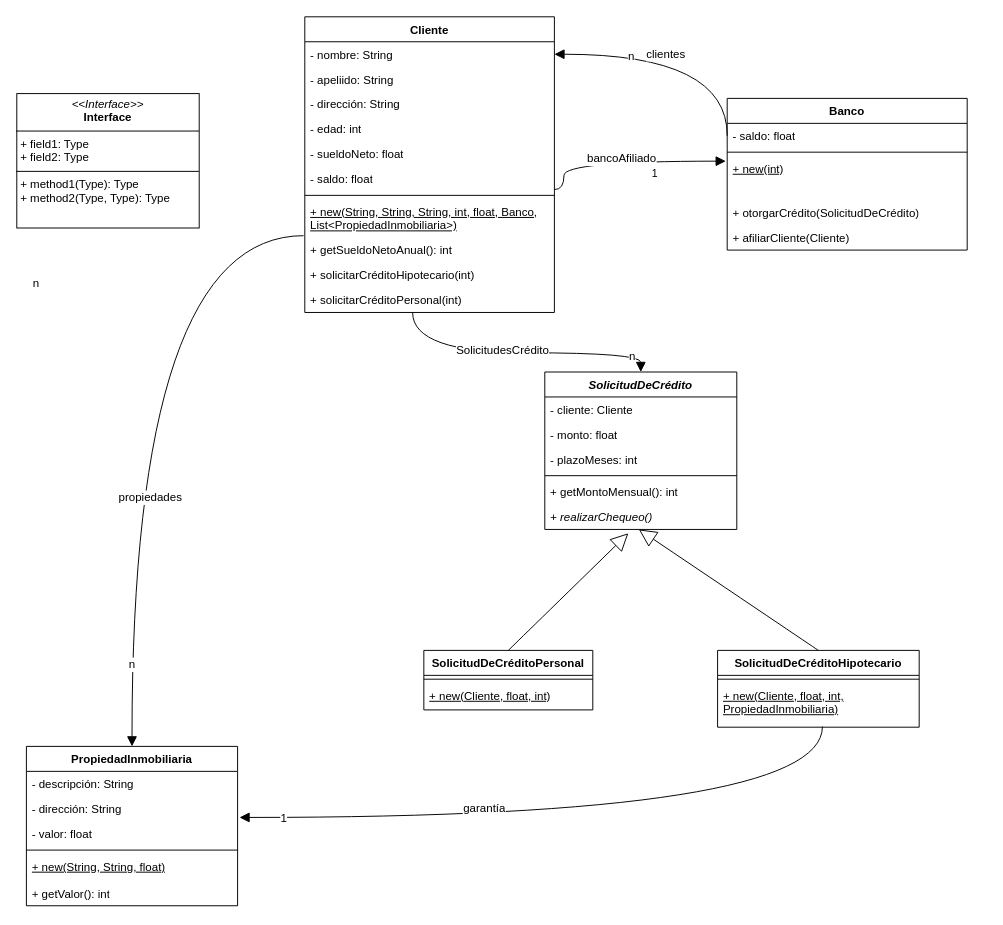
Earlier version of the draw.io diagram src/tpsolid/tpsolid2.drawio (Matias-Francisco-Deo/Objetos-II). Source tidied: cells renumbered, new cells numbered last; positions are measured from the earlier drawing's top-left corner, leaving out a move shared by most shapes. Both pictures are drawn from the tidied source at 96%, with x=0, y=0 at pixel (16, 16).
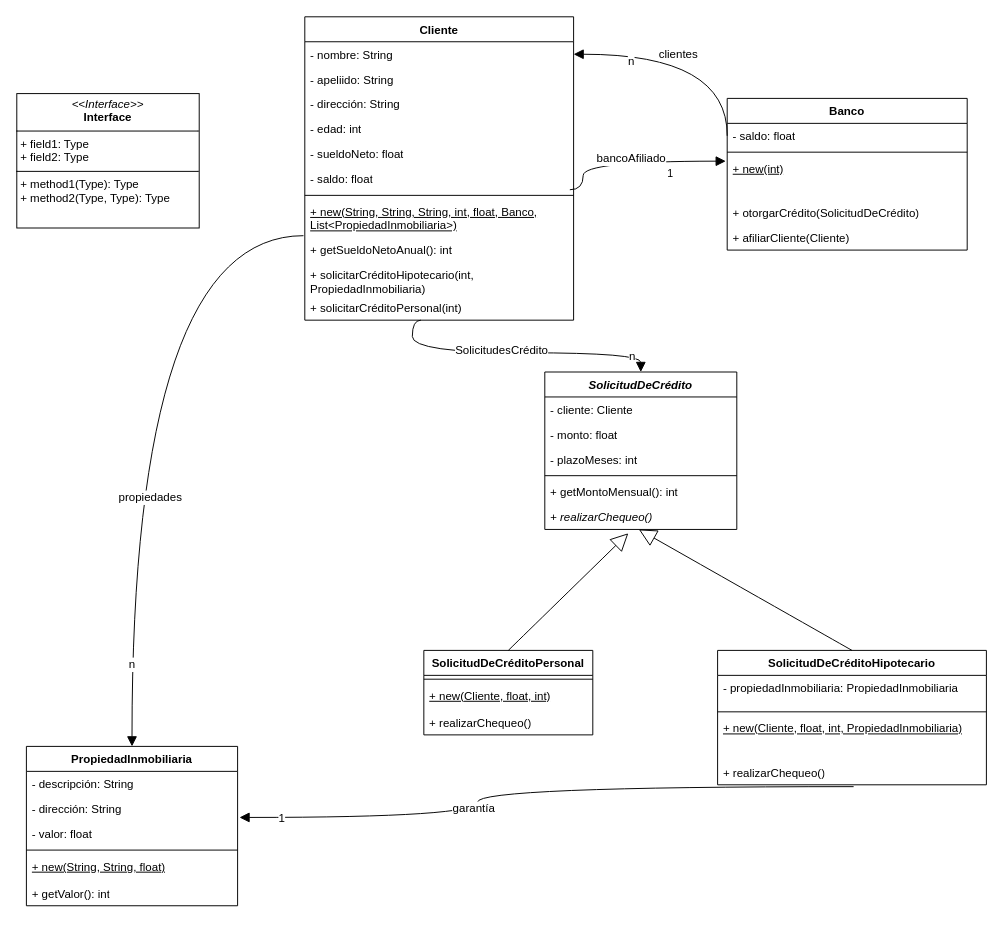
Above is the later version.

The change refers to these unchanged cells:
```xml
<mxCell id="17" value="+ new(int)" style="text;strokeColor=none;fillColor=none;align=left;verticalAlign=top;spacingLeft=4;spacingRight=4;overflow=hidden;points=[[0,0.5],[1,0.5]];portConstraint=eastwest;whiteSpace=wrap;html=1;fontStyle=4;" parent="14" vertex="1">
  <mxGeometry y="60" width="250" height="46" as="geometry" />
</mxCell>
<mxCell id="34" style="endArrow=block;endFill=1;html=1;edgeStyle=orthogonalEdgeStyle;align=left;verticalAlign=top;rounded=0;fontSize=12;startSize=8;endSize=8;curved=1;entryX=0.5;entryY=0;entryDx=0;entryDy=0;exitX=0.432;exitY=1;exitDx=0;exitDy=0;exitPerimeter=0;" parent="1" edge="1" source="13" target="20">
  <mxGeometry x="-1" relative="1" as="geometry">
    <Array as="points">
      <mxPoint x="412" y="350" />
      <mxPoint x="650" y="350" />
    </Array>
  </mxGeometry>
</mxCell>
<mxCell id="48" value="- valor: float" style="text;strokeColor=none;fillColor=none;align=left;verticalAlign=top;spacingLeft=4;spacingRight=4;overflow=hidden;points=[[0,0.5],[1,0.5]];portConstraint=eastwest;whiteSpace=wrap;html=1;" parent="45" vertex="1">
  <mxGeometry y="78" width="220" height="26" as="geometry" />
</mxCell>
<mxCell id="52" style="endArrow=block;endFill=1;html=1;edgeStyle=orthogonalEdgeStyle;align=left;verticalAlign=top;rounded=0;fontSize=12;startSize=8;endSize=8;curved=1;entryX=0.5;entryY=0;entryDx=0;entryDy=0;exitX=-0.005;exitY=-0.077;exitDx=0;exitDy=0;exitPerimeter=0;" parent="1" edge="1" source="11" target="45">
  <mxGeometry x="-1" relative="1" as="geometry" />
</mxCell>
```

What changed in the source:
```diff
@@
     <mxCell id="2" value="Cliente" style="swimlane;fontStyle=1;align=center;verticalAlign=top;horizontal=1;startSize=26;whiteSpace=wrap;html=1;" parent="1" vertex="1">
-      <mxGeometry x="300" width="260" height="308" as="geometry" />
+      <mxGeometry x="300" width="280" height="316" as="geometry" />
     </mxCell>
     <mxCell id="3" value="- nombre: String" style="text;strokeColor=none;fillColor=none;align=left;verticalAlign=top;spacingLeft=4;spacingRight=4;overflow=hidden;points=[[0,0.5],[1,0.5]];portConstraint=eastwest;whiteSpace=wrap;html=1;" parent="2" vertex="1">
-      <mxGeometry y="26" width="260" height="26" as="geometry" />
+      <mxGeometry y="26" width="280" height="26" as="geometry" />
     </mxCell>
     <mxCell id="4" value="- apeliido: String" style="text;strokeColor=none;fillColor=none;align=left;verticalAlign=top;spacingLeft=4;spacingRight=4;overflow=hidden;whiteSpace=wrap;html=1;" parent="2" vertex="1">
-      <mxGeometry y="52" width="260" height="26" as="geometry" />
+      <mxGeometry y="52" width="280" height="26" as="geometry" />
     </mxCell>
     <mxCell id="5" value="- dirección: String" style="text;strokeColor=none;fillColor=none;align=left;verticalAlign=top;spacingLeft=4;spacingRight=4;overflow=hidden;whiteSpace=wrap;html=1;" parent="2" vertex="1">
-      <mxGeometry y="78" width="260" height="26" as="geometry" />
+      <mxGeometry y="78" width="280" height="26" as="geometry" />
     </mxCell>
     <mxCell id="6" value="- edad: int" style="text;strokeColor=none;fillColor=none;align=left;verticalAlign=top;spacingLeft=4;spacingRight=4;overflow=hidden;whiteSpace=wrap;html=1;" parent="2" vertex="1">
-      <mxGeometry y="104" width="260" height="26" as="geometry" />
+      <mxGeometry y="104" width="280" height="26" as="geometry" />
     </mxCell>
     <mxCell id="7" value="- sueldoNeto: float" style="text;strokeColor=none;fillColor=none;align=left;verticalAlign=top;spacingLeft=4;spacingRight=4;overflow=hidden;whiteSpace=wrap;html=1;" parent="2" vertex="1">
-      <mxGeometry y="130" width="260" height="26" as="geometry" />
+      <mxGeometry y="130" width="280" height="26" as="geometry" />
     </mxCell>
     <mxCell id="8" value="- saldo: float" style="text;strokeColor=none;fillColor=none;align=left;verticalAlign=top;spacingLeft=4;spacingRight=4;overflow=hidden;points=[[0,0.5],[1,0.5]];portConstraint=eastwest;whiteSpace=wrap;html=1;" parent="2" vertex="1">
-      <mxGeometry y="156" width="260" height="26" as="geometry" />
+      <mxGeometry y="156" width="280" height="26" as="geometry" />
     </mxCell>
-    <mxCell id="9" style="line;strokeWidth=1;fillColor=none;align=left;verticalAlign=middle;spacingTop=-1;spacingLeft=3;spacingRight=3;labelPosition=right;strokeColor=inherit;" parent="2" vertex="1">
-      <mxGeometry y="182" width="260" height="8" as="geometry" />
-    </mxCell>
+    <mxCell id="59" style="line;strokeWidth=1;fillColor=none;align=left;verticalAlign=middle;spacingTop=-1;spacingLeft=3;spacingRight=3;labelPosition=right;strokeColor=inherit;" parent="2" vertex="1">
+      <mxGeometry y="182" width="280" height="8" as="geometry" />
+    </mxCell>
     <mxCell id="10" value="+ new(String, String, String, int, float, Banco, List&amp;lt;PropiedadInmobiliaria&amp;gt;)" style="text;strokeColor=none;fillColor=none;align=left;verticalAlign=top;spacingLeft=4;spacingRight=4;overflow=hidden;whiteSpace=wrap;html=1;fontStyle=4;" parent="2" vertex="1">
-      <mxGeometry y="190" width="260" height="40" as="geometry" />
+      <mxGeometry y="190" width="280" height="40" as="geometry" />
     </mxCell>
     <mxCell id="11" value="+ getSueldoNetoAnual(): int" style="text;strokeColor=none;fillColor=none;align=left;verticalAlign=top;spacingLeft=4;spacingRight=4;overflow=hidden;points=[[0,0.5],[1,0.5]];portConstraint=eastwest;whiteSpace=wrap;html=1;" parent="2" vertex="1">
-      <mxGeometry y="230" width="260" height="26" as="geometry" />
+      <mxGeometry y="230" width="280" height="26" as="geometry" />
     </mxCell>
-    <mxCell id="12" value="+ solicitarCréditoHipotecario(int)" style="text;strokeColor=none;fillColor=none;align=left;verticalAlign=top;spacingLeft=4;spacingRight=4;overflow=hidden;whiteSpace=wrap;html=1;" parent="2" vertex="1">
-      <mxGeometry y="256" width="260" height="26" as="geometry" />
-    </mxCell>
+    <mxCell id="60" value="+ solicitarCréditoHipotecario(int, PropiedadInmobiliaria)" style="text;strokeColor=none;fillColor=none;align=left;verticalAlign=top;spacingLeft=4;spacingRight=4;overflow=hidden;whiteSpace=wrap;html=1;" parent="2" vertex="1">
+      <mxGeometry y="256" width="280" height="34" as="geometry" />
+    </mxCell>
     <mxCell id="13" value="+ solicitarCréditoPersonal(int)" style="text;strokeColor=none;fillColor=none;align=left;verticalAlign=top;spacingLeft=4;spacingRight=4;overflow=hidden;points=[[0,0.5],[1,0.5]];portConstraint=eastwest;whiteSpace=wrap;html=1;" parent="2" vertex="1">
-      <mxGeometry y="282" width="260" height="26" as="geometry" />
+      <mxGeometry y="290" width="280" height="26" as="geometry" />
     </mxCell>
@@
-    <mxCell id="28" style="endArrow=block;endFill=1;html=1;edgeStyle=orthogonalEdgeStyle;align=left;verticalAlign=top;rounded=0;fontSize=12;startSize=8;endSize=8;curved=1;entryX=1;entryY=0.5;entryDx=0;entryDy=0;" parent="1" edge="1" target="3">
-      <mxGeometry x="-1" relative="1" as="geometry">
-        <mxPoint x="740" y="124" as="sourcePoint" />
-      </mxGeometry>
-    </mxCell>
-    <mxCell id="29" value="n" style="edgeLabel;html=1;align=center;verticalAlign=middle;fontSize=12;" parent="28" vertex="1">
-      <mxGeometry x="-0.36" relative="1" as="geometry">
-        <mxPoint x="-101" y="1" as="offset" />
-      </mxGeometry>
-    </mxCell>
+    <mxCell id="61" style="endArrow=block;endFill=1;html=1;edgeStyle=orthogonalEdgeStyle;align=left;verticalAlign=top;rounded=0;fontSize=12;startSize=8;endSize=8;curved=1;entryX=1;entryY=0.5;entryDx=0;entryDy=0;" parent="1" edge="1" target="3">
+      <mxGeometry x="-1" relative="1" as="geometry">
+        <mxPoint x="740" y="124" as="sourcePoint" />
+      </mxGeometry>
+    </mxCell>
+    <mxCell id="62" value="n" style="edgeLabel;html=1;align=center;verticalAlign=middle;fontSize=12;" parent="61" vertex="1">
+      <mxGeometry x="-0.36" relative="1" as="geometry">
+        <mxPoint x="-101" y="1" as="offset" />
+      </mxGeometry>
+    </mxCell>
-    <mxCell id="30" value="clientes" style="edgeLabel;html=1;align=center;verticalAlign=middle;fontSize=12;" parent="28" vertex="1">
+    <mxCell id="30" value="clientes" style="edgeLabel;html=1;align=center;verticalAlign=middle;fontSize=12;" parent="61" vertex="1">
       <mxGeometry x="0.27" y="-1" relative="1" as="geometry">
         <mxPoint x="19" as="offset" />
       </mxGeometry>
     </mxCell>
-    <mxCell id="31" style="endArrow=block;endFill=1;html=1;edgeStyle=orthogonalEdgeStyle;align=left;verticalAlign=top;rounded=0;fontSize=12;startSize=8;endSize=8;curved=1;entryX=-0.006;entryY=0.117;entryDx=0;entryDy=0;entryPerimeter=0;" parent="1" edge="1" target="17">
-      <mxGeometry x="-1" relative="1" as="geometry">
-        <mxPoint x="560" y="180" as="sourcePoint" />
-        <Array as="points">
-          <mxPoint x="570" y="180" />
-          <mxPoint x="570" y="150" />
-        </Array>
-      </mxGeometry>
-    </mxCell>
+    <mxCell id="63" style="endArrow=block;endFill=1;html=1;edgeStyle=orthogonalEdgeStyle;align=left;verticalAlign=top;rounded=0;fontSize=12;startSize=8;endSize=8;curved=1;entryX=-0.006;entryY=0.117;entryDx=0;entryDy=0;entryPerimeter=0;exitX=0.986;exitY=0.93;exitDx=0;exitDy=0;exitPerimeter=0;" parent="1" edge="1" source="8" target="17">
+      <mxGeometry x="-1" relative="1" as="geometry">
+        <Array as="points">
+          <mxPoint x="590" y="180" />
+          <mxPoint x="590" y="150" />
+        </Array>
+      </mxGeometry>
+    </mxCell>
-    <mxCell id="32" value="1" style="edgeLabel;html=1;align=left;verticalAlign=bottom;" parent="31" vertex="1">
+    <mxCell id="32" value="1" style="edgeLabel;html=1;align=left;verticalAlign=bottom;" parent="63" vertex="1">
       <mxGeometry x="-1" relative="1" as="geometry">
         <mxPoint x="100" y="-9" as="offset" />
       </mxGeometry>
     </mxCell>
-    <mxCell id="33" value="bancoAfiliado" style="edgeLabel;html=1;align=center;verticalAlign=middle;fontSize=12;" parent="31" vertex="1">
+    <mxCell id="33" value="bancoAfiliado" style="edgeLabel;html=1;align=center;verticalAlign=middle;fontSize=12;" parent="63" vertex="1">
       <mxGeometry x="-0.22" y="3" relative="1" as="geometry">
         <mxPoint x="18" as="offset" />
       </mxGeometry>
     </mxCell>
@@
-    <mxCell id="36" value="n" style="edgeLabel;html=1;align=center;verticalAlign=middle;fontSize=12;" parent="34" vertex="1">
-      <mxGeometry x="0.8" y="-3" relative="1" as="geometry" />
-    </mxCell>
+    <mxCell id="64" value="n" style="edgeLabel;html=1;align=center;verticalAlign=middle;fontSize=12;" parent="34" vertex="1">
+      <mxGeometry x="0.8" y="-3" relative="1" as="geometry" />
+    </mxCell>
     <mxCell id="37" value="SolicitudDeCréditoPersonal" style="swimlane;fontStyle=1;align=center;verticalAlign=top;horizontal=1;startSize=26;whiteSpace=wrap;html=1;" parent="1" vertex="1">
-      <mxGeometry x="424" y="660" width="176" height="62" as="geometry" />
+      <mxGeometry x="424" y="660" width="176" height="88" as="geometry" />
     </mxCell>
@@
+    <mxCell id="65" value="&lt;span&gt;+ realizarChequeo()&lt;/span&gt;" style="text;strokeColor=none;fillColor=none;align=left;verticalAlign=top;spacingLeft=4;spacingRight=4;overflow=hidden;whiteSpace=wrap;html=1;fontStyle=0;" parent="37" vertex="1">
+      <mxGeometry y="62" width="176" height="26" as="geometry" />
+    </mxCell>
     <mxCell id="40" value="SolicitudDeCréditoHipotecario" style="swimlane;fontStyle=1;align=center;verticalAlign=top;horizontal=1;startSize=26;whiteSpace=wrap;html=1;" parent="1" vertex="1">
-      <mxGeometry x="730" y="660" width="210" height="80" as="geometry" />
+      <mxGeometry x="730" y="660" width="280" height="140" as="geometry" />
     </mxCell>
-    <mxCell id="41" style="line;strokeWidth=1;fillColor=none;align=left;verticalAlign=middle;spacingTop=-1;spacingLeft=3;spacingRight=3;labelPosition=right;strokeColor=inherit;" parent="40" vertex="1">
-      <mxGeometry y="26" width="210" height="8" as="geometry" />
-    </mxCell>
+    <mxCell id="66" value="- propiedadInmobiliaria: PropiedadInmobiliaria" style="text;strokeColor=none;fillColor=none;align=left;verticalAlign=top;spacingLeft=4;spacingRight=4;overflow=hidden;whiteSpace=wrap;html=1;" parent="40" vertex="1">
+      <mxGeometry y="26" width="280" height="34" as="geometry" />
+    </mxCell>
+    <mxCell id="67" style="line;strokeWidth=1;fillColor=none;align=left;verticalAlign=middle;spacingTop=-1;spacingLeft=3;spacingRight=3;labelPosition=right;strokeColor=inherit;" parent="40" vertex="1">
+      <mxGeometry y="60" width="280" height="8" as="geometry" />
+    </mxCell>
     <mxCell id="42" value="+ new(Cliente, float, int, PropiedadInmobiliaria)" style="text;strokeColor=none;fillColor=none;align=left;verticalAlign=top;spacingLeft=4;spacingRight=4;overflow=hidden;points=[[0,0.5],[1,0.5]];portConstraint=eastwest;whiteSpace=wrap;html=1;fontStyle=4;" parent="40" vertex="1">
-      <mxGeometry y="34" width="210" height="46" as="geometry" />
+      <mxGeometry y="68" width="280" height="46" as="geometry" />
     </mxCell>
+    <mxCell id="68" value="&lt;span&gt;+ realizarChequeo()&lt;/span&gt;" style="text;strokeColor=none;fillColor=none;align=left;verticalAlign=top;spacingLeft=4;spacingRight=4;overflow=hidden;points=[[0,0.5],[1,0.5]];portConstraint=eastwest;whiteSpace=wrap;html=1;fontStyle=0;" parent="40" vertex="1">
+      <mxGeometry y="114" width="280" height="26" as="geometry" />
+    </mxCell>
@@
-    <mxCell id="53" value="n" style="edgeLabel;html=1;align=center;verticalAlign=middle;fontSize=12;" parent="52" vertex="1">
-      <mxGeometry x="-0.36" relative="1" as="geometry">
-        <mxPoint x="-101" y="1" as="offset" />
-      </mxGeometry>
-    </mxCell>
@@
-    <mxCell id="55" value="n" style="edgeLabel;html=1;align=center;verticalAlign=middle;fontSize=12;" parent="52" vertex="1">
-      <mxGeometry x="0.76" y="-1" relative="1" as="geometry" />
-    </mxCell>
-    <mxCell id="56" style="endArrow=block;endFill=1;html=1;edgeStyle=orthogonalEdgeStyle;align=left;verticalAlign=top;rounded=0;fontSize=12;startSize=8;endSize=8;curved=1;entryX=1.009;entryY=-0.154;entryDx=0;entryDy=0;entryPerimeter=0;exitX=0.52;exitY=0.988;exitDx=0;exitDy=0;exitPerimeter=0;" parent="1" edge="1" source="42" target="48">
-      <mxGeometry x="-1" relative="1" as="geometry" />
-    </mxCell>
+    <mxCell id="69" value="n" style="edgeLabel;html=1;align=center;verticalAlign=middle;fontSize=12;" parent="52" vertex="1">
+      <mxGeometry x="0.76" y="-1" relative="1" as="geometry" />
+    </mxCell>
+    <mxCell id="70" style="endArrow=block;endFill=1;html=1;edgeStyle=orthogonalEdgeStyle;align=left;verticalAlign=top;rounded=0;fontSize=12;startSize=8;endSize=8;curved=1;entryX=1.009;entryY=-0.154;entryDx=0;entryDy=0;entryPerimeter=0;exitX=0.506;exitY=1.074;exitDx=0;exitDy=0;exitPerimeter=0;" parent="1" edge="1" source="68" target="48">
+      <mxGeometry x="-1" relative="1" as="geometry" />
+    </mxCell>
-    <mxCell id="57" value="garantía" style="edgeLabel;html=1;align=center;verticalAlign=middle;fontSize=12;" parent="56" vertex="1">
+    <mxCell id="57" value="garantía" style="edgeLabel;html=1;align=center;verticalAlign=middle;fontSize=12;" parent="70" vertex="1">
       <mxGeometry x="0.27" y="-9" relative="1" as="geometry">
         <mxPoint x="-1" as="offset" />
       </mxGeometry>
     </mxCell>
-    <mxCell id="58" value="1" style="edgeLabel;html=1;align=center;verticalAlign=middle;fontSize=12;" parent="56" vertex="1">
+    <mxCell id="58" value="1" style="edgeLabel;html=1;align=center;verticalAlign=middle;fontSize=12;" parent="70" vertex="1">
       <mxGeometry x="0.87" y="1" relative="1" as="geometry" />
     </mxCell>
```
